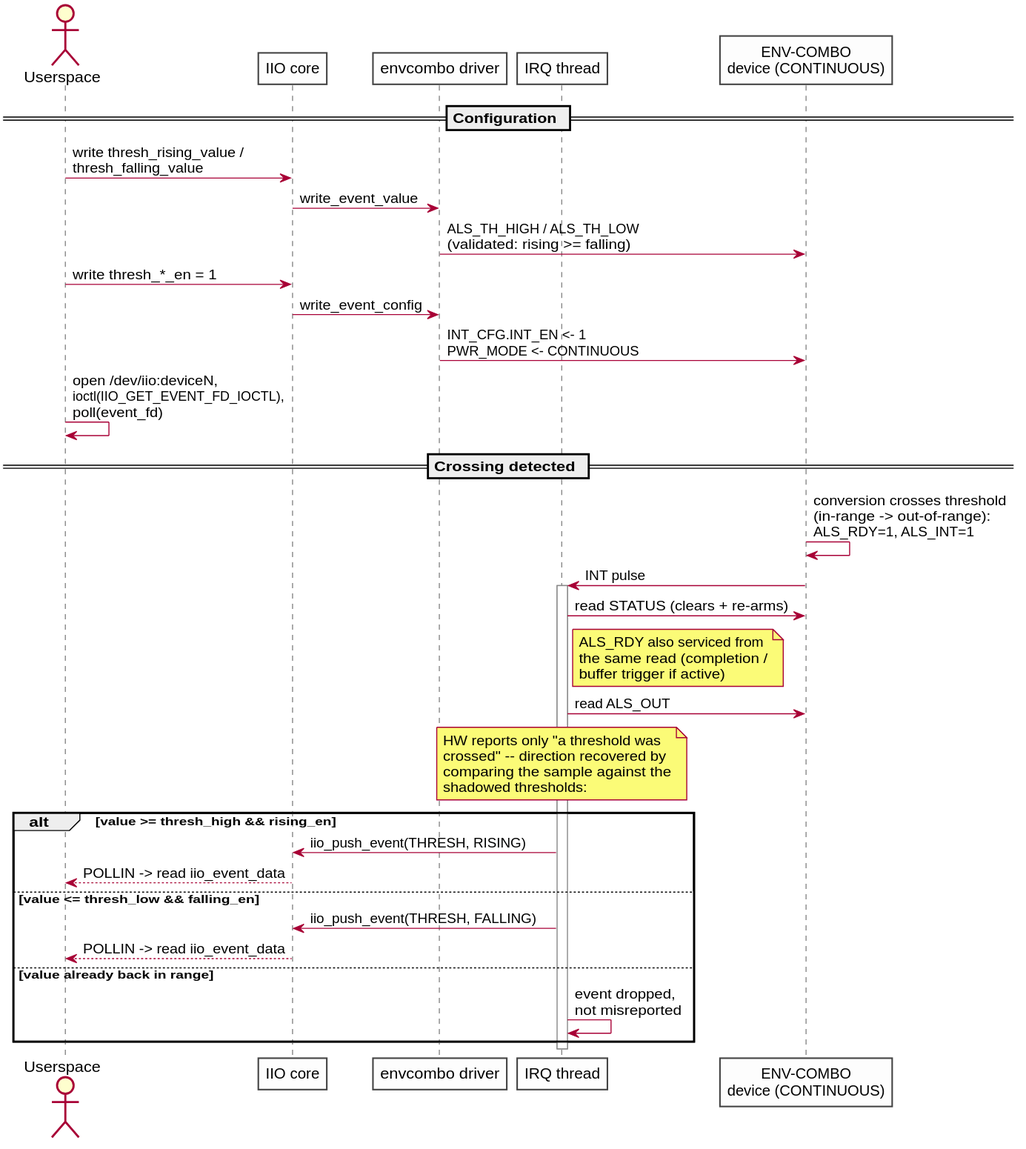
Before: docs/diagrams/event-flow-seq.svg, a diagram exported from PlantUML (giltabibian/NanitComboSensor).
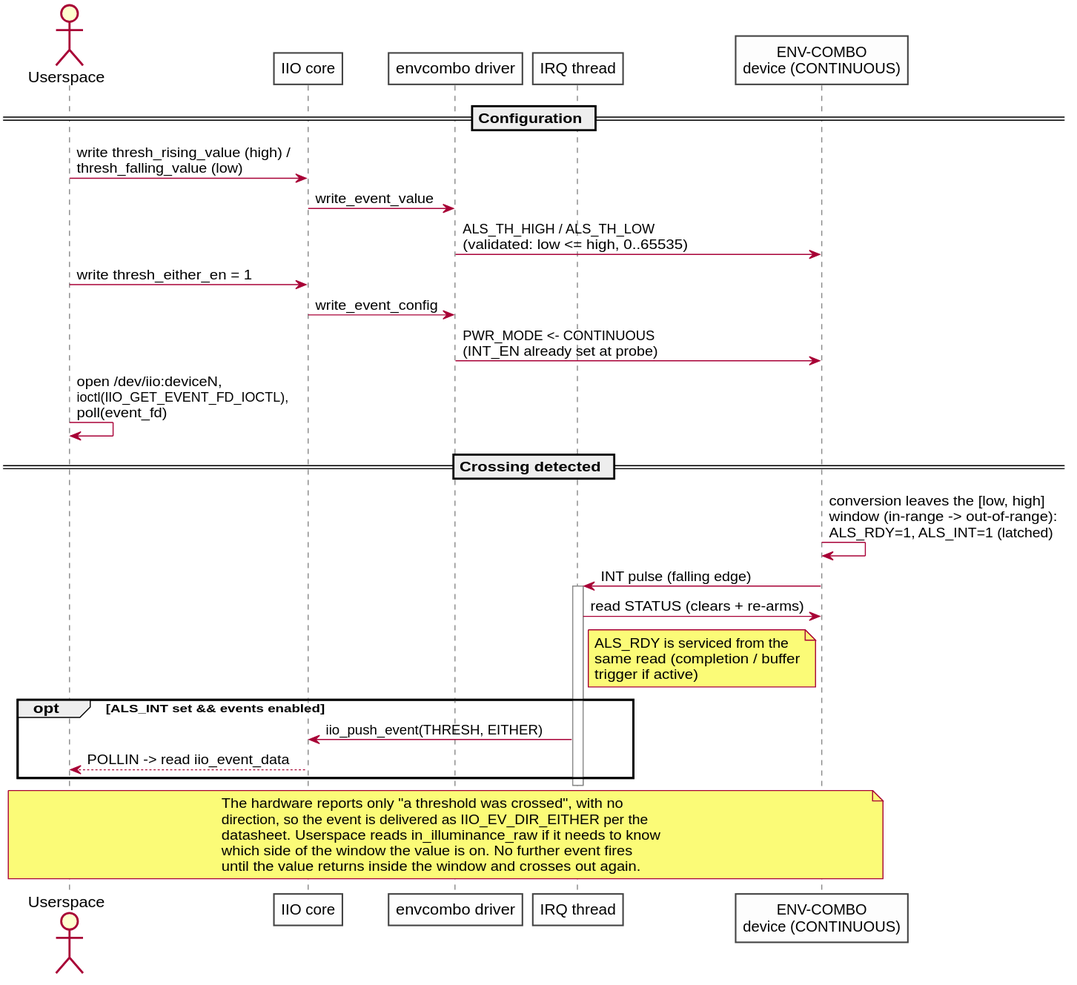
The same diagram one commit later.

What changed in the source:
```diff
@@ -14,35 +14,30 @@
 participant "ENV-COMBO\ndevice (CONTINUOUS)" as HW
 
 == Configuration ==
-US -> IIO : write thresh_rising_value /\nthresh_falling_value
+US -> IIO : write thresh_rising_value (high) /\nthresh_falling_value (low)
 IIO -> DRV : write_event_value
-DRV -> HW : ALS_TH_HIGH / ALS_TH_LOW\n(validated: rising >= falling)
-US -> IIO : write thresh_*_en = 1
+DRV -> HW : ALS_TH_HIGH / ALS_TH_LOW\n(validated: low <= high, 0..65535)
+US -> IIO : write thresh_either_en = 1
 IIO -> DRV : write_event_config
-DRV -> HW : INT_CFG.INT_EN <- 1\nPWR_MODE <- CONTINUOUS
+DRV -> HW : PWR_MODE <- CONTINUOUS\n(INT_EN already set at probe)
 US -> US : open /dev/iio:deviceN,\nioctl(IIO_GET_EVENT_FD_IOCTL),\npoll(event_fd)
 
 == Crossing detected ==
-HW -> HW : conversion crosses threshold\n(in-range -> out-of-range):\nALS_RDY=1, ALS_INT=1
-HW -> IRQ : INT pulse
+HW -> HW : conversion leaves the [low, high]\nwindow (in-range -> out-of-range):\nALS_RDY=1, ALS_INT=1 (latched)
+HW -> IRQ : INT pulse (falling edge)
 activate IRQ
 IRQ -> HW : read STATUS (clears + re-arms)
-note right of IRQ : ALS_RDY also serviced from\nthe same read (completion /\nbuffer trigger if active)
-IRQ -> HW : read ALS_OUT
-note over IRQ
-  HW reports only "a threshold was
-  crossed" -- direction recovered by
-  comparing the sample against the
-  shadowed thresholds:
-end note
-alt value >= thresh_high && rising_en
-  IRQ -> IIO : iio_push_event(THRESH, RISING)
+note right of IRQ : ALS_RDY is serviced from the\nsame read (completion / buffer\ntrigger if active)
+opt ALS_INT set && events enabled
+  IRQ -> IIO : iio_push_event(THRESH, EITHER)
   IIO --> US : POLLIN -> read iio_event_data
-else value <= thresh_low && falling_en
-  IRQ -> IIO : iio_push_event(THRESH, FALLING)
-  IIO --> US : POLLIN -> read iio_event_data
-else value already back in range
-  IRQ -> IRQ : event dropped,\nnot misreported
 end
 deactivate IRQ
+note over US, HW
+  The hardware reports only "a threshold was crossed", with no
+  direction, so the event is delivered as IIO_EV_DIR_EITHER per the
+  datasheet. Userspace reads in_illuminance_raw if it needs to know
+  which side of the window the value is on. No further event fires
+  until the value returns inside the window and crosses out again.
+end note
 @enduml
```
